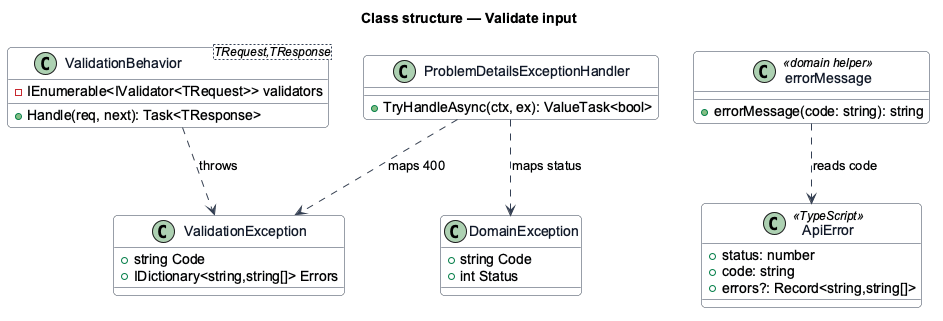
Before: docs/detailed-designs/security/validate-input/diagrams/class.png, a diagram exported from PlantUML (QuinntyneBrown/christian-fitness). The source it was exported from:
```plantuml
@startuml
skinparam backgroundColor #FFFFFF
skinparam shadowing false
skinparam roundcorner 8
skinparam defaultFontName Arial
skinparam ArrowColor #344054
skinparam class {
  BorderColor #344054
  FontColor #101828
  BackgroundColor #F9FAFB
}
title Class structure — Validate input

class ValidationBehavior<TRequest,TResponse> {
  -IEnumerable<IValidator<TRequest>> validators
  +Handle(req, next): Task<TResponse>
}
class ValidationException {
  +string Code
  +IDictionary<string,string[]> Errors
}
class ProblemDetailsExceptionHandler {
  +TryHandleAsync(ctx, ex): ValueTask<bool>
}
class DomainException {
  +string Code
  +int Status
}
class ApiError <<TypeScript>> {
  +status: number
  +code: string
  +errors?: Record<string,string[]>
}
class errorMessage <<domain helper>> {
  +errorMessage(code: string): string
}
ValidationBehavior ..> ValidationException : throws
ProblemDetailsExceptionHandler ..> ValidationException : maps 400
ProblemDetailsExceptionHandler ..> DomainException : maps status
errorMessage ..> ApiError : reads code
@enduml
```
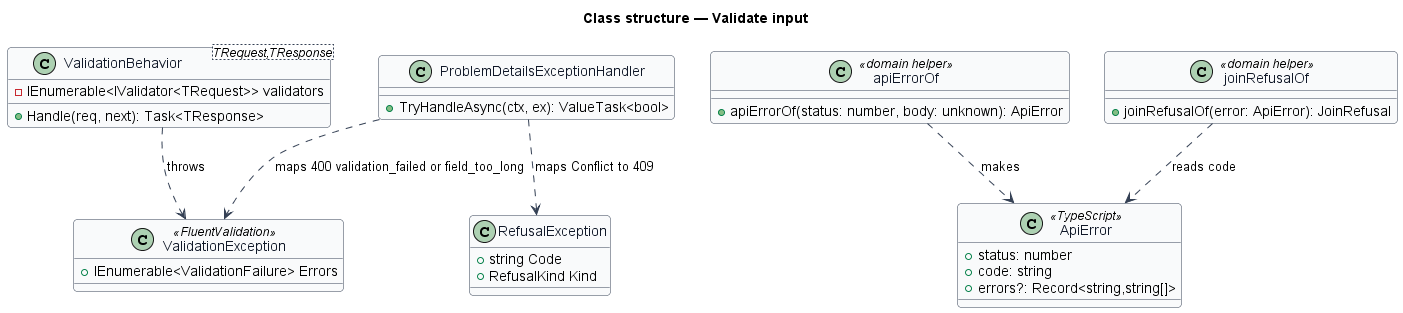
The same diagram one commit later.

Change to the diagram source:
```diff
@@ -15,27 +15,30 @@
   -IEnumerable<IValidator<TRequest>> validators
   +Handle(req, next): Task<TResponse>
 }
-class ValidationException {
-  +string Code
-  +IDictionary<string,string[]> Errors
+class ValidationException <<FluentValidation>> {
+  +IEnumerable<ValidationFailure> Errors
 }
 class ProblemDetailsExceptionHandler {
   +TryHandleAsync(ctx, ex): ValueTask<bool>
 }
-class DomainException {
+class RefusalException {
   +string Code
-  +int Status
+  +RefusalKind Kind
 }
 class ApiError <<TypeScript>> {
   +status: number
   +code: string
   +errors?: Record<string,string[]>
 }
-class errorMessage <<domain helper>> {
-  +errorMessage(code: string): string
+class apiErrorOf <<domain helper>> {
+  +apiErrorOf(status: number, body: unknown): ApiError
+}
+class joinRefusalOf <<domain helper>> {
+  +joinRefusalOf(error: ApiError): JoinRefusal
 }
 ValidationBehavior ..> ValidationException : throws
-ProblemDetailsExceptionHandler ..> ValidationException : maps 400
-ProblemDetailsExceptionHandler ..> DomainException : maps status
-errorMessage ..> ApiError : reads code
+ProblemDetailsExceptionHandler ..> ValidationException : maps 400 validation_failed or field_too_long
+ProblemDetailsExceptionHandler ..> RefusalException : maps Conflict to 409
+apiErrorOf ..> ApiError : makes
+joinRefusalOf ..> ApiError : reads code
 @enduml
```
